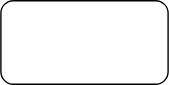
Before: charts/abstract.drawio.svg, a diagram exported from draw.io (ruimo/disk-scrub). Source tidied: cells renumbered, new cells last; positions are measured from the earlier drawing's top-left corner, leaving out a move shared by most shapes.
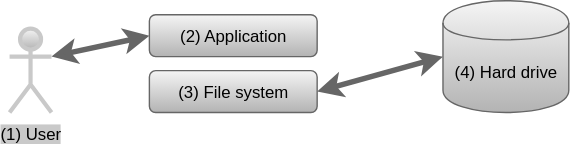
After the commit.

Diff of the diagram source:
```diff
@@ -2,8 +2,23 @@
   <root>
     <mxCell id="0" />
     <mxCell id="1" parent="0" />
-    <mxCell id="2" style="rounded=1;whiteSpace=wrap;html=1;" parent="1" vertex="1">
-      <mxGeometry width="120" height="60" as="geometry" />
+    <mxCell id="2" value="(3) File system" style="rounded=1;whiteSpace=wrap;html=1;gradientColor=#b3b3b3;fillColor=#f5f5f5;strokeColor=#666666;" parent="1" vertex="1">
+      <mxGeometry width="120" height="30" as="geometry" />
     </mxCell>
+    <mxCell id="3" value="(4) Hard drive" style="shape=cylinder;whiteSpace=wrap;html=1;boundedLbl=1;backgroundOutline=1;gradientColor=#b3b3b3;fillColor=#f5f5f5;strokeColor=#666666;" parent="1" vertex="1">
+      <mxGeometry x="210" y="-50" width="90" height="80" as="geometry" />
+    </mxCell>
+    <mxCell id="4" style="endArrow=classic;startArrow=classic;html=1;entryX=0;entryY=0.5;entryDx=0;entryDy=0;exitX=1;exitY=0.5;exitDx=0;exitDy=0;gradientColor=#b3b3b3;fillColor=#f5f5f5;strokeColor=#666666;strokeWidth=4;" parent="1" edge="1" source="2" target="3">
+      <mxGeometry relative="1" as="geometry" />
+    </mxCell>
+    <mxCell id="5" value="(2) Application" style="rounded=1;whiteSpace=wrap;html=1;gradientColor=#b3b3b3;fillColor=#f5f5f5;strokeColor=#666666;" parent="1" vertex="1">
+      <mxGeometry y="-40" width="120" height="30" as="geometry" />
+    </mxCell>
+    <mxCell id="6" value="(1) User" style="shape=umlActor;verticalLabelPosition=bottom;labelBackgroundColor=#C9C9C9;verticalAlign=top;html=1;outlineConnect=0;gradientColor=#b3b3b3;fillColor=#f5f5f5;strokeColor=#C9C9C9;strokeWidth=3;" parent="1" vertex="1">
+      <mxGeometry x="-100" y="-30" width="30" height="60" as="geometry" />
+    </mxCell>
+    <mxCell id="7" style="endArrow=classic;startArrow=classic;html=1;entryX=0;entryY=0.5;entryDx=0;entryDy=0;gradientColor=#b3b3b3;fillColor=#f5f5f5;strokeColor=#666666;strokeWidth=4;exitX=1;exitY=0.3333333333333333;exitDx=0;exitDy=0;exitPerimeter=0;" parent="1" edge="1" source="6" target="5">
+      <mxGeometry relative="1" as="geometry" />
+    </mxCell>
   </root>
 </mxGraphModel>
```
